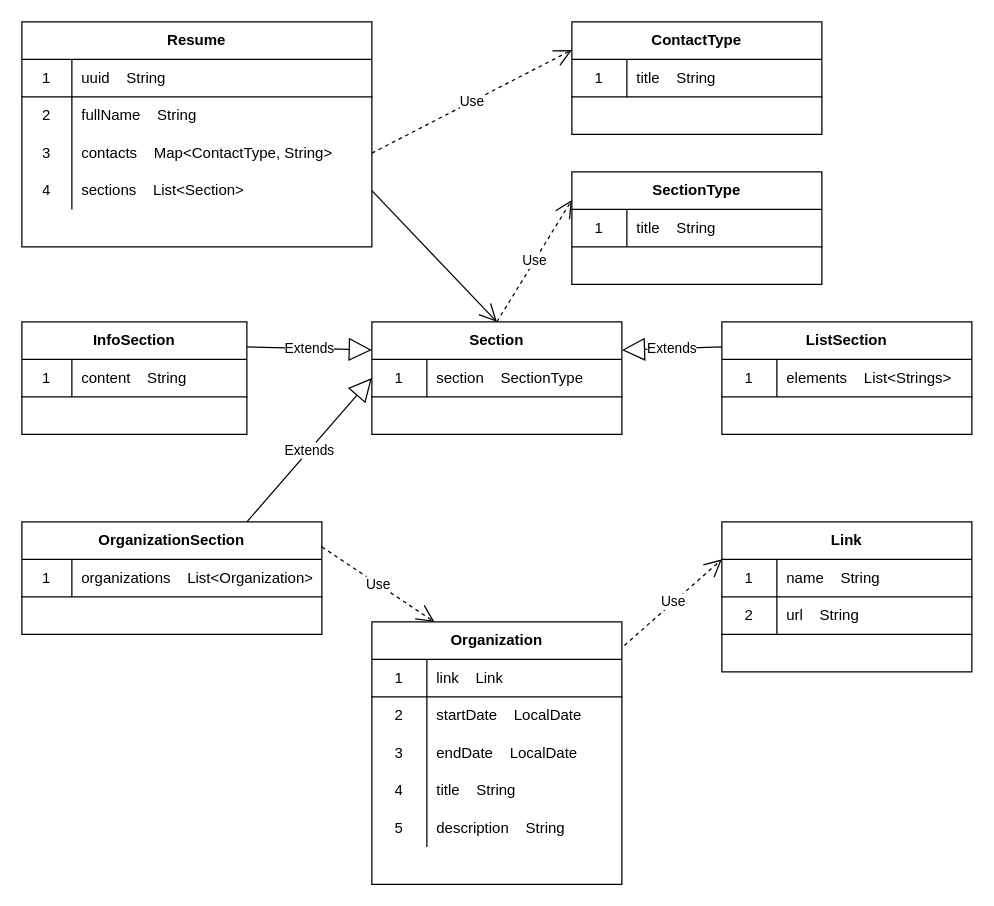
This is src/schema/resume.drawio from kombojiec/basejava, a draw.io file, before an edit. Source tidied: cells renumbered, new cells numbered last; positions are measured from the earlier drawing's top-left corner, leaving out a move shared by most shapes. Both pictures are drawn from the tidied source at 125%, with x=0, y=0 at pixel (21, 21).
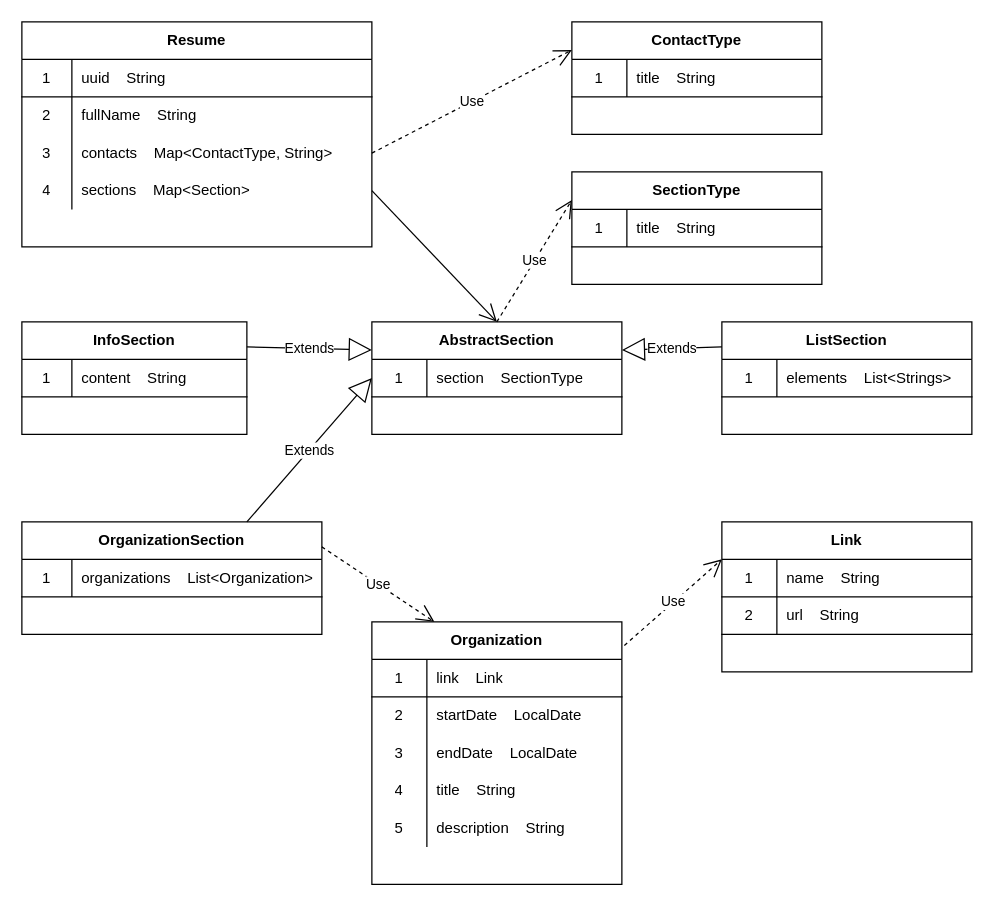
The same page after the edit.

Commit message (it also covers changes not shown here):
master(refact): change collection from list to map in Resume.class at sections field

The change refers to these unchanged cells:
```xml
<mxCell id="12" style="shape=partialRectangle;html=1;whiteSpace=wrap;fillColor=none;top=0;left=0;bottom=0;right=0;points=[[0,0.5],[1,0.5]];portConstraint=eastwest;" parent="2" vertex="1">
  <mxGeometry y="120" width="280" height="30" as="geometry" />
</mxCell>
```

The edit, as a diff of the source:
```diff
@@
-    <mxCell id="14" value="sections&amp;nbsp; &amp;nbsp; List&amp;lt;Section&amp;gt;" style="shape=partialRectangle;html=1;whiteSpace=wrap;fillColor=none;top=0;left=0;bottom=0;right=0;align=left;spacingLeft=6;overflow=hidden;" parent="12" vertex="1">
+    <mxCell id="14" value="sections&amp;nbsp; &amp;nbsp; Map&amp;lt;Section&amp;gt;" style="shape=partialRectangle;html=1;whiteSpace=wrap;fillColor=none;top=0;left=0;bottom=0;right=0;align=left;spacingLeft=6;overflow=hidden;" parent="12" vertex="1">
       <mxGeometry x="40" width="240" height="30" as="geometry" />
     </mxCell>
@@
-    <mxCell id="23" value="Section" style="shape=table;html=1;whiteSpace=wrap;startSize=30;childLayout=tableLayout;rowLines=0;fontStyle=1;align=center;" parent="1" vertex="1">
+    <mxCell id="23" value="AbstractSection" style="shape=table;html=1;whiteSpace=wrap;startSize=30;childLayout=tableLayout;rowLines=0;fontStyle=1;align=center;" parent="1" vertex="1">
       <mxGeometry x="280" y="240" width="200" height="90" as="geometry" />
     </mxCell>
```
